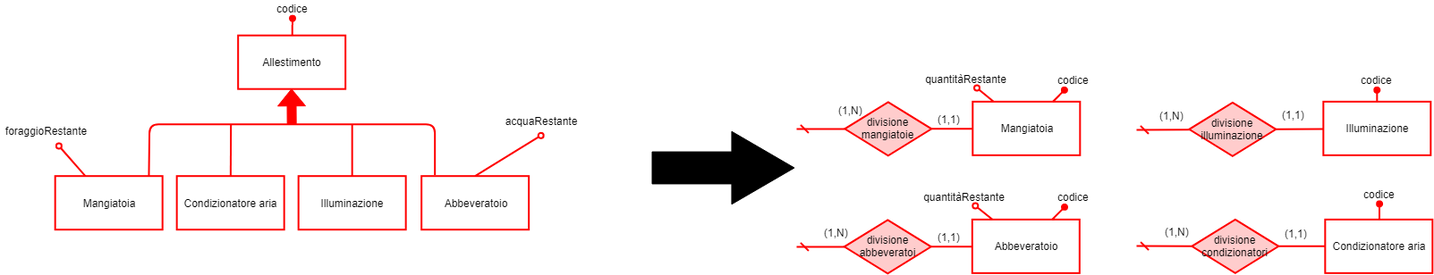
The draw.io diagram ridondanze/allestimento.png in glmquint/Farmhouse, before a commit. Source tidied: cells renumbered, new cells last; positions are measured from the earlier drawing's top-left corner, leaving out a move shared by most shapes.
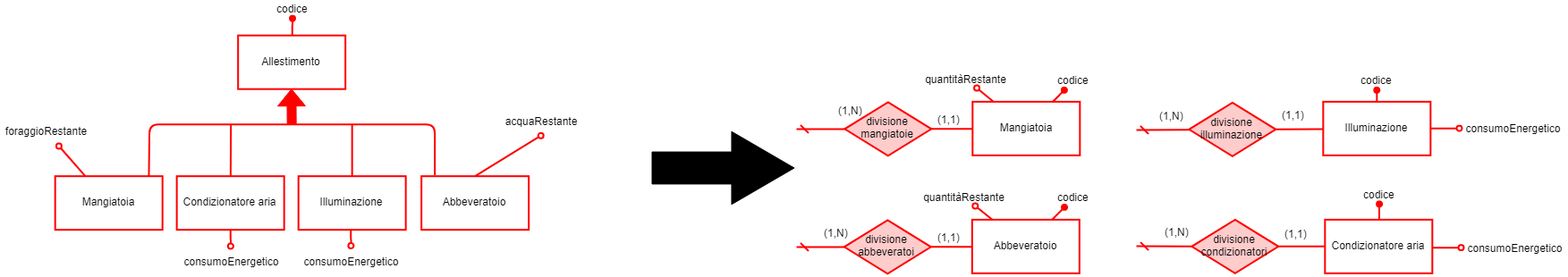
The same diagram one commit later.

Change to the diagram source:
```diff
@@ -181,5 +181,33 @@
     <mxCell id="53" value="quantitàRestante" style="text;html=1;strokeColor=none;fillColor=none;align=center;verticalAlign=middle;whiteSpace=wrap;rounded=0;" parent="1" vertex="1">
       <mxGeometry x="1019.8" y="78" width="119" height="20" as="geometry" />
     </mxCell>
+    <mxCell id="54" value="consumoEnergetico" style="text;html=1;strokeColor=none;fillColor=none;align=center;verticalAlign=middle;whiteSpace=wrap;rounded=0;" parent="1" vertex="1">
+      <mxGeometry x="207" y="275" width="101" height="34" as="geometry" />
+    </mxCell>
+    <mxCell id="55" style="rounded=1;jettySize=auto;html=1;endArrow=none;endFill=0;startArrow=oval;startFill=0;strokeColor=#FF0000;strokeWidth=2;" parent="1" edge="1" source="54" target="9">
+      <mxGeometry relative="1" as="geometry" />
+    </mxCell>
+    <mxCell id="56" style="rounded=1;jettySize=auto;html=1;endArrow=none;endFill=0;startArrow=oval;startFill=0;strokeColor=#FF0000;strokeWidth=2;" parent="1" edge="1" source="57">
+      <mxGeometry relative="1" as="geometry">
+        <mxPoint x="391.8" y="256.2" as="targetPoint" />
+      </mxGeometry>
+    </mxCell>
+    <mxCell id="57" value="consumoEnergetico" style="text;html=1;strokeColor=none;fillColor=none;align=center;verticalAlign=middle;whiteSpace=wrap;rounded=0;" parent="1" vertex="1">
+      <mxGeometry x="341.5" y="274.5" width="101" height="34" as="geometry" />
+    </mxCell>
+    <mxCell id="58" style="rounded=1;jettySize=auto;html=1;endArrow=none;endFill=0;startArrow=oval;startFill=0;strokeColor=#FF0000;strokeWidth=2;" parent="1" edge="1" source="59" target="36">
+      <mxGeometry relative="1" as="geometry" />
+    </mxCell>
+    <mxCell id="59" value="consumoEnergetico" style="text;html=1;strokeColor=none;fillColor=none;align=center;verticalAlign=middle;whiteSpace=wrap;rounded=0;" parent="1" vertex="1">
+      <mxGeometry x="1631" y="126" width="119" height="34" as="geometry" />
+    </mxCell>
+    <mxCell id="60" style="rounded=1;jettySize=auto;html=1;endArrow=none;endFill=0;startArrow=oval;startFill=0;strokeColor=#FF0000;strokeWidth=2;" parent="1" edge="1" source="61">
+      <mxGeometry relative="1" as="geometry">
+        <mxPoint x="1600.8" y="276.7" as="targetPoint" />
+      </mxGeometry>
+    </mxCell>
+    <mxCell id="61" value="consumoEnergetico" style="text;html=1;strokeColor=none;fillColor=none;align=center;verticalAlign=middle;whiteSpace=wrap;rounded=0;" parent="1" vertex="1">
+      <mxGeometry x="1633" y="259.5" width="119" height="34" as="geometry" />
+    </mxCell>
   </root>
 </mxGraphModel>
```
